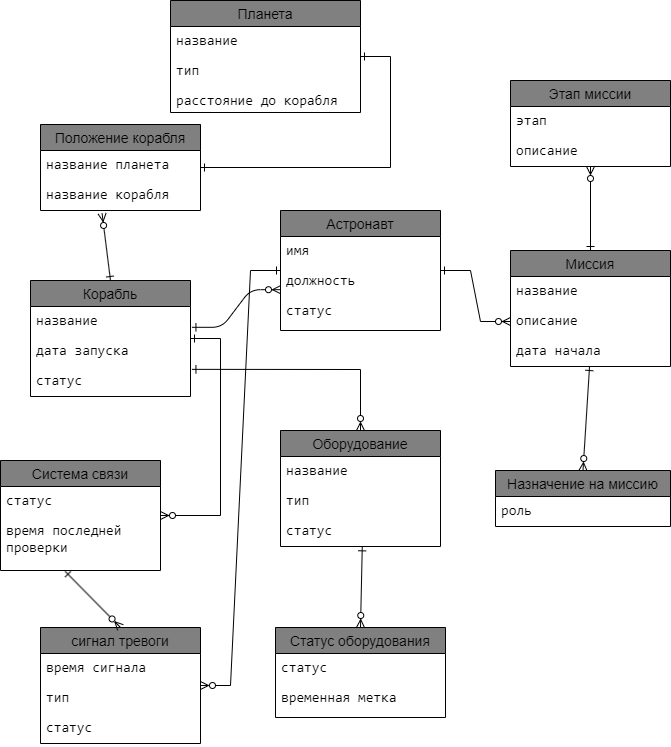
This is Database/labs/lab1/DatabaseLab1.drawio.png from ivanstylish/ITMO-Study-Note, a draw.io export, as it was before one commit. Source tidied: cells renumbered, new cells last; positions are measured from the earlier drawing's top-left corner, leaving out a move shared by most shapes.
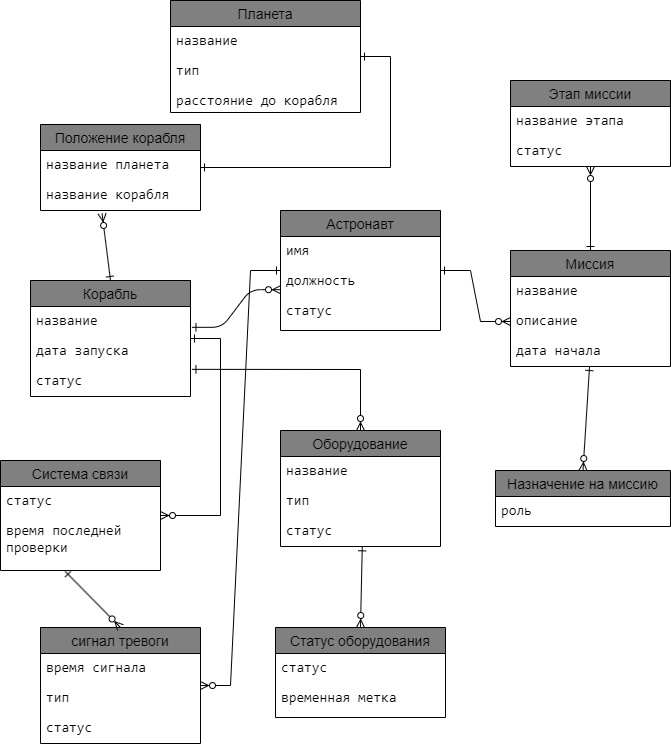
Above is the later version.

Diff of the diagram source:
```diff
@@ -147,10 +147,10 @@
     <mxCell id="47" value="Этап миссии" style="swimlane;fontStyle=0;horizontal=1;startSize=26;align=center;fontSize=14;fillColor=#808080;" parent="1" vertex="1">
       <mxGeometry x="510" y="80" width="160" height="86" as="geometry" />
     </mxCell>
-    <mxCell id="48" value="&lt;font face=&quot;Consolas&quot;&gt;&lt;span style=&quot;font-size: 14px;&quot;&gt;этап&lt;/span&gt;&lt;/font&gt;" style="text;strokeColor=none;fillColor=none;spacingLeft=4;spacingRight=4;overflow=hidden;fontSize=12;whiteSpace=wrap;html=1;" parent="47" vertex="1">
+    <mxCell id="48" value="&lt;font face=&quot;Consolas&quot;&gt;&lt;span style=&quot;font-size: 14px;&quot;&gt;название этапа&lt;/span&gt;&lt;/font&gt;&lt;div&gt;&lt;font face=&quot;Consolas&quot;&gt;&lt;span style=&quot;font-size: 14px;&quot;&gt;&lt;br&gt;&lt;/span&gt;&lt;/font&gt;&lt;/div&gt;" style="text;strokeColor=none;fillColor=none;spacingLeft=4;spacingRight=4;overflow=hidden;fontSize=12;whiteSpace=wrap;html=1;" parent="47" vertex="1">
       <mxGeometry y="26" width="160" height="30" as="geometry" />
     </mxCell>
-    <mxCell id="49" value="&lt;span style=&quot;font-size: 10.5pt; font-family: Consolas;&quot;&gt;&lt;font style=&quot;color: rgb(0, 0, 0);&quot;&gt;описание&lt;/font&gt;&lt;/span&gt;" style="text;strokeColor=none;fillColor=none;spacingLeft=4;spacingRight=4;overflow=hidden;fontSize=12;whiteSpace=wrap;html=1;" parent="47" vertex="1">
+    <mxCell id="49" value="&lt;font face=&quot;Consolas&quot;&gt;&lt;span style=&quot;font-size: 14px;&quot;&gt;статус&lt;/span&gt;&lt;/font&gt;" style="text;strokeColor=none;fillColor=none;spacingLeft=4;spacingRight=4;overflow=hidden;fontSize=12;whiteSpace=wrap;html=1;" parent="47" vertex="1">
       <mxGeometry y="56" width="160" height="30" as="geometry" />
     </mxCell>
     <mxCell id="50" style="endArrow=ERzeroToMany;html=1;rounded=0;exitX=1.009;exitY=1.095;exitDx=0;exitDy=0;exitPerimeter=0;entryX=0.5;entryY=0;entryDx=0;entryDy=0;startArrow=ERone;startFill=0;endFill=0;" parent="1" edge="1" source="5" target="15">
```
